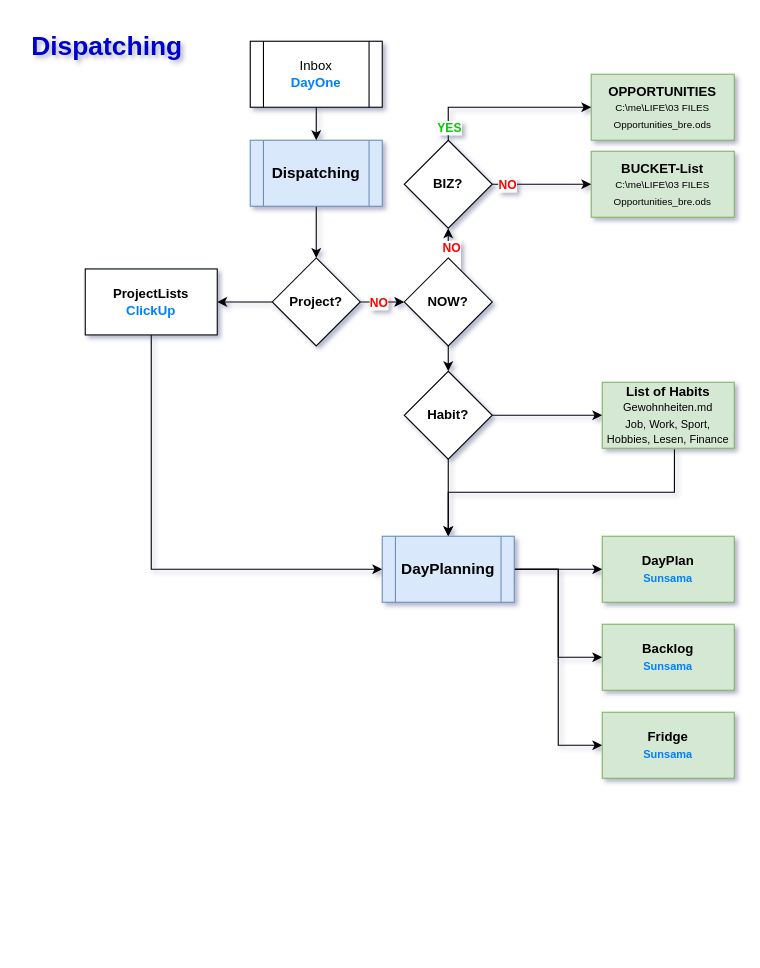
The draw.io diagram Unbenanntes Diagramm.drawio in realB12/PerfectDayCharts, before the edit. Source tidied: cells renumbered, new cells numbered last; positions are measured from the earlier drawing's top-left corner, leaving out a move shared by most shapes. Both pictures are drawn from the tidied source at 110%, with x=0, y=0 at pixel (19, 19).
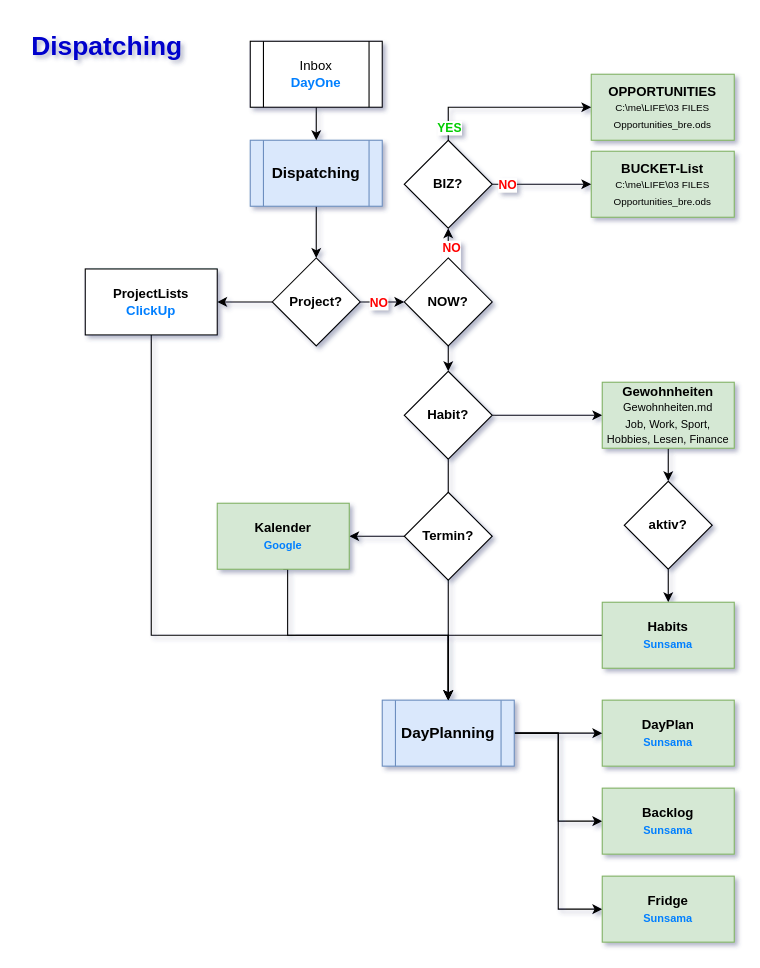
The same diagram, later.

The change refers to these unchanged cells:
```xml
<mxCell id="9" value="&lt;b&gt;ProjectLists&lt;/b&gt;&lt;br&gt;&lt;b&gt;&lt;font color=&quot;#007fff&quot;&gt;ClickUp&lt;/font&gt;&lt;/b&gt;" style="rounded=0;whiteSpace=wrap;html=1;" parent="1" vertex="1">
  <mxGeometry x="60" y="227" width="120" height="60" as="geometry" />
</mxCell>
```

What changed in the source:
```diff
@@
     <mxCell id="8" style="edgeStyle=orthogonalEdgeStyle;rounded=0;jettySize=auto;html=1;exitX=0.5;exitY=1;exitDx=0;exitDy=0;" parent="1" edge="1" source="9" target="33">
       <mxGeometry relative="1" as="geometry">
         <Array as="points">
-          <mxPoint x="120" y="500" />
+          <mxPoint x="120" y="560" />
+          <mxPoint x="390" y="560" />
         </Array>
       </mxGeometry>
     </mxCell>
@@
-    <mxCell id="25" style="edgeStyle=orthogonalEdgeStyle;rounded=0;jettySize=auto;html=1;entryX=0.5;entryY=0;entryDx=0;entryDy=0;exitX=0.547;exitY=1.015;exitDx=0;exitDy=0;exitPerimeter=0;" parent="1" edge="1" source="26" target="33">
+    <mxCell id="25" style="edgeStyle=orthogonalEdgeStyle;rounded=0;jettySize=auto;html=1;" parent="1" edge="1" source="26" target="37">
       <mxGeometry relative="1" as="geometry" />
     </mxCell>
-    <mxCell id="26" value="&lt;b&gt;List of Habits&lt;/b&gt;&lt;br&gt;&lt;font size=&quot;1&quot;&gt;Gewohnheiten.md&lt;br&gt;Job, Work, Sport, Hobbies, Lesen, Finance&lt;/font&gt;" style="rounded=0;whiteSpace=wrap;html=1;fillColor=#d5e8d4;strokeColor=#82b366;" parent="1" vertex="1">
+    <mxCell id="26" value="&lt;b&gt;Gewohnheiten&lt;/b&gt;&lt;br&gt;&lt;font size=&quot;1&quot;&gt;Gewohnheiten.md&lt;br&gt;Job, Work, Sport, Hobbies, Lesen, Finance&lt;/font&gt;" style="rounded=0;whiteSpace=wrap;html=1;fillColor=#d5e8d4;strokeColor=#82b366;" parent="1" vertex="1">
       <mxGeometry x="530" y="330" width="120" height="60" as="geometry" />
     </mxCell>
@@
     <mxCell id="29" value="&lt;b&gt;DayPlan&lt;/b&gt;&lt;br&gt;&lt;font color=&quot;#007fff&quot; size=&quot;1&quot;&gt;&lt;b&gt;Sunsama&lt;/b&gt;&lt;/font&gt;" style="rounded=0;whiteSpace=wrap;html=1;fillColor=#d5e8d4;strokeColor=#82b366;" parent="1" vertex="1">
-      <mxGeometry x="530" y="470" width="120" height="60" as="geometry" />
+      <mxGeometry x="530" y="619" width="120" height="60" as="geometry" />
     </mxCell>
@@
     <mxCell id="33" value="&lt;font style=&quot;font-size: 14px;&quot;&gt;&lt;b&gt;DayPlanning&lt;/b&gt;&lt;/font&gt;" style="shape=process;whiteSpace=wrap;html=1;backgroundOutline=1;fillColor=#dae8fc;strokeColor=#6c8ebf;" parent="1" vertex="1">
-      <mxGeometry x="330" y="470" width="120" height="60" as="geometry" />
+      <mxGeometry x="330" y="619" width="120" height="60" as="geometry" />
     </mxCell>
     <mxCell id="34" value="&lt;b&gt;Fridge&lt;/b&gt;&lt;br&gt;&lt;font color=&quot;#007fff&quot; size=&quot;1&quot;&gt;&lt;b&gt;Sunsama&lt;/b&gt;&lt;/font&gt;" style="rounded=0;whiteSpace=wrap;html=1;fillColor=#d5e8d4;strokeColor=#82b366;" parent="1" vertex="1">
-      <mxGeometry x="530" y="630" width="120" height="60" as="geometry" />
+      <mxGeometry x="530" y="779" width="120" height="60" as="geometry" />
     </mxCell>
     <mxCell id="35" value="&lt;b&gt;Backlog&lt;/b&gt;&lt;br&gt;&lt;font color=&quot;#007fff&quot; size=&quot;1&quot;&gt;&lt;b&gt;Sunsama&lt;/b&gt;&lt;/font&gt;" style="rounded=0;whiteSpace=wrap;html=1;fillColor=#d5e8d4;strokeColor=#82b366;" parent="1" vertex="1">
-      <mxGeometry x="530" y="550" width="120" height="60" as="geometry" />
+      <mxGeometry x="530" y="699" width="120" height="60" as="geometry" />
     </mxCell>
+    <mxCell id="36" style="edgeStyle=orthogonalEdgeStyle;rounded=0;jettySize=auto;html=1;" parent="1" edge="1" source="37" target="39">
+      <mxGeometry relative="1" as="geometry" />
+    </mxCell>
+    <mxCell id="37" value="&lt;b&gt;aktiv?&lt;/b&gt;" style="rhombus;whiteSpace=wrap;html=1;" parent="1" vertex="1">
+      <mxGeometry x="550" y="420" width="80" height="80" as="geometry" />
+    </mxCell>
+    <mxCell id="38" style="edgeStyle=orthogonalEdgeStyle;rounded=0;jettySize=auto;html=1;" parent="1" edge="1" source="39" target="33">
+      <mxGeometry relative="1" as="geometry" />
+    </mxCell>
+    <mxCell id="39" value="&lt;b&gt;Habits&lt;/b&gt;&lt;br&gt;&lt;font color=&quot;#007fff&quot; size=&quot;1&quot;&gt;&lt;b&gt;Sunsama&lt;/b&gt;&lt;/font&gt;" style="rounded=0;whiteSpace=wrap;html=1;fillColor=#d5e8d4;strokeColor=#82b366;" parent="1" vertex="1">
+      <mxGeometry x="530" y="530" width="120" height="60" as="geometry" />
+    </mxCell>
+    <mxCell id="40" style="edgeStyle=orthogonalEdgeStyle;rounded=0;jettySize=auto;html=1;entryX=1;entryY=0.5;entryDx=0;entryDy=0;" parent="1" edge="1" source="41" target="43">
+      <mxGeometry relative="1" as="geometry" />
+    </mxCell>
+    <mxCell id="41" value="&lt;b&gt;Termin?&lt;/b&gt;" style="rhombus;whiteSpace=wrap;html=1;" parent="1" vertex="1">
+      <mxGeometry x="350" y="430" width="80" height="80" as="geometry" />
+    </mxCell>
+    <mxCell id="42" style="edgeStyle=orthogonalEdgeStyle;rounded=0;jettySize=auto;html=1;exitX=0.5;exitY=1;exitDx=0;exitDy=0;" parent="1" edge="1" source="43" target="33">
+      <mxGeometry relative="1" as="geometry">
+        <Array as="points">
+          <mxPoint x="244" y="560" />
+          <mxPoint x="390" y="560" />
+        </Array>
+      </mxGeometry>
+    </mxCell>
+    <mxCell id="43" value="&lt;b&gt;Kalender&lt;/b&gt;&lt;br&gt;&lt;font color=&quot;#007fff&quot; size=&quot;1&quot;&gt;&lt;b&gt;Google&lt;/b&gt;&lt;/font&gt;" style="rounded=0;whiteSpace=wrap;html=1;fillColor=#d5e8d4;strokeColor=#82b366;" parent="1" vertex="1">
+      <mxGeometry x="180" y="440" width="120" height="60" as="geometry" />
+    </mxCell>
```
